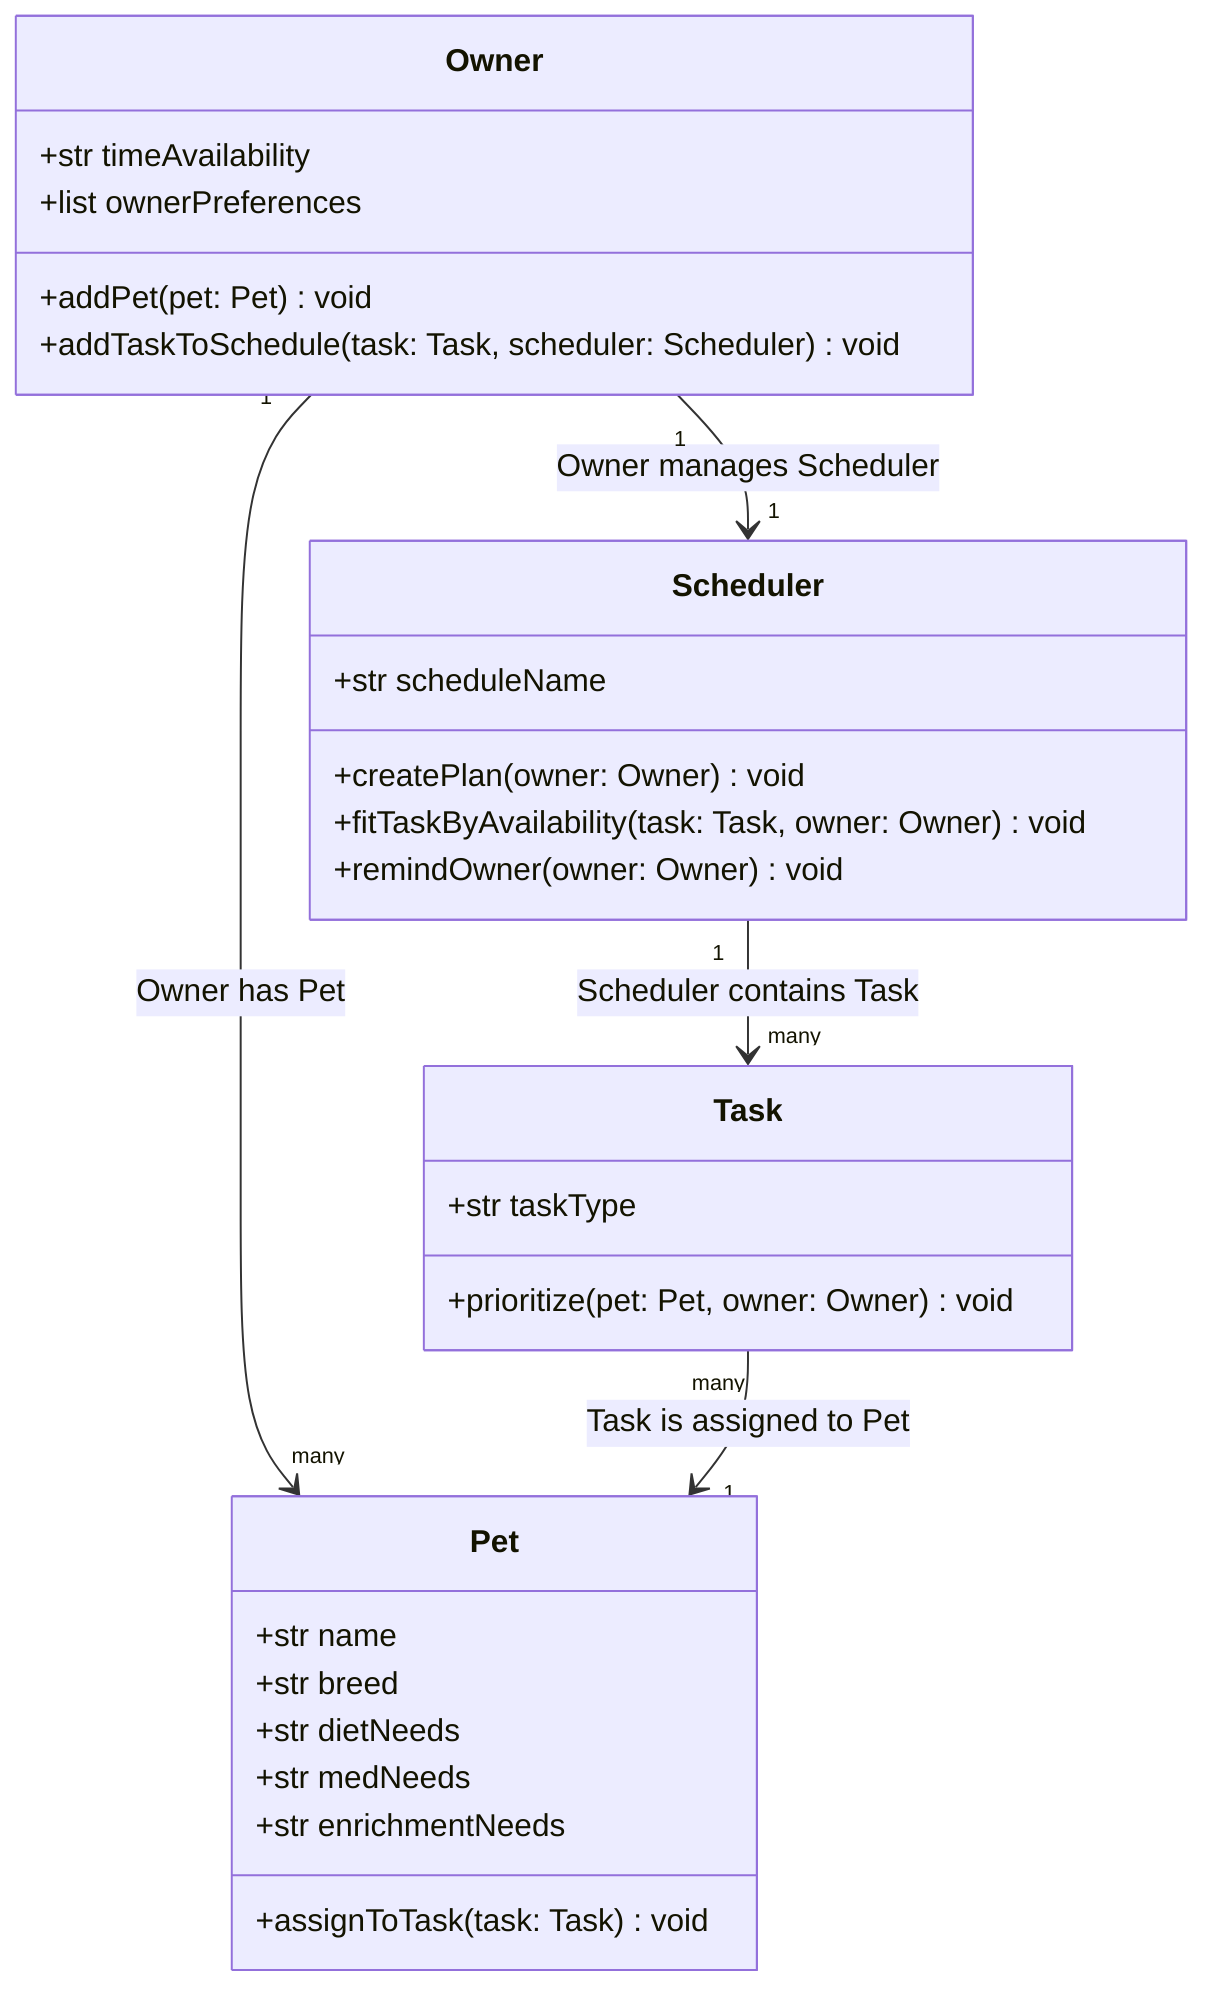
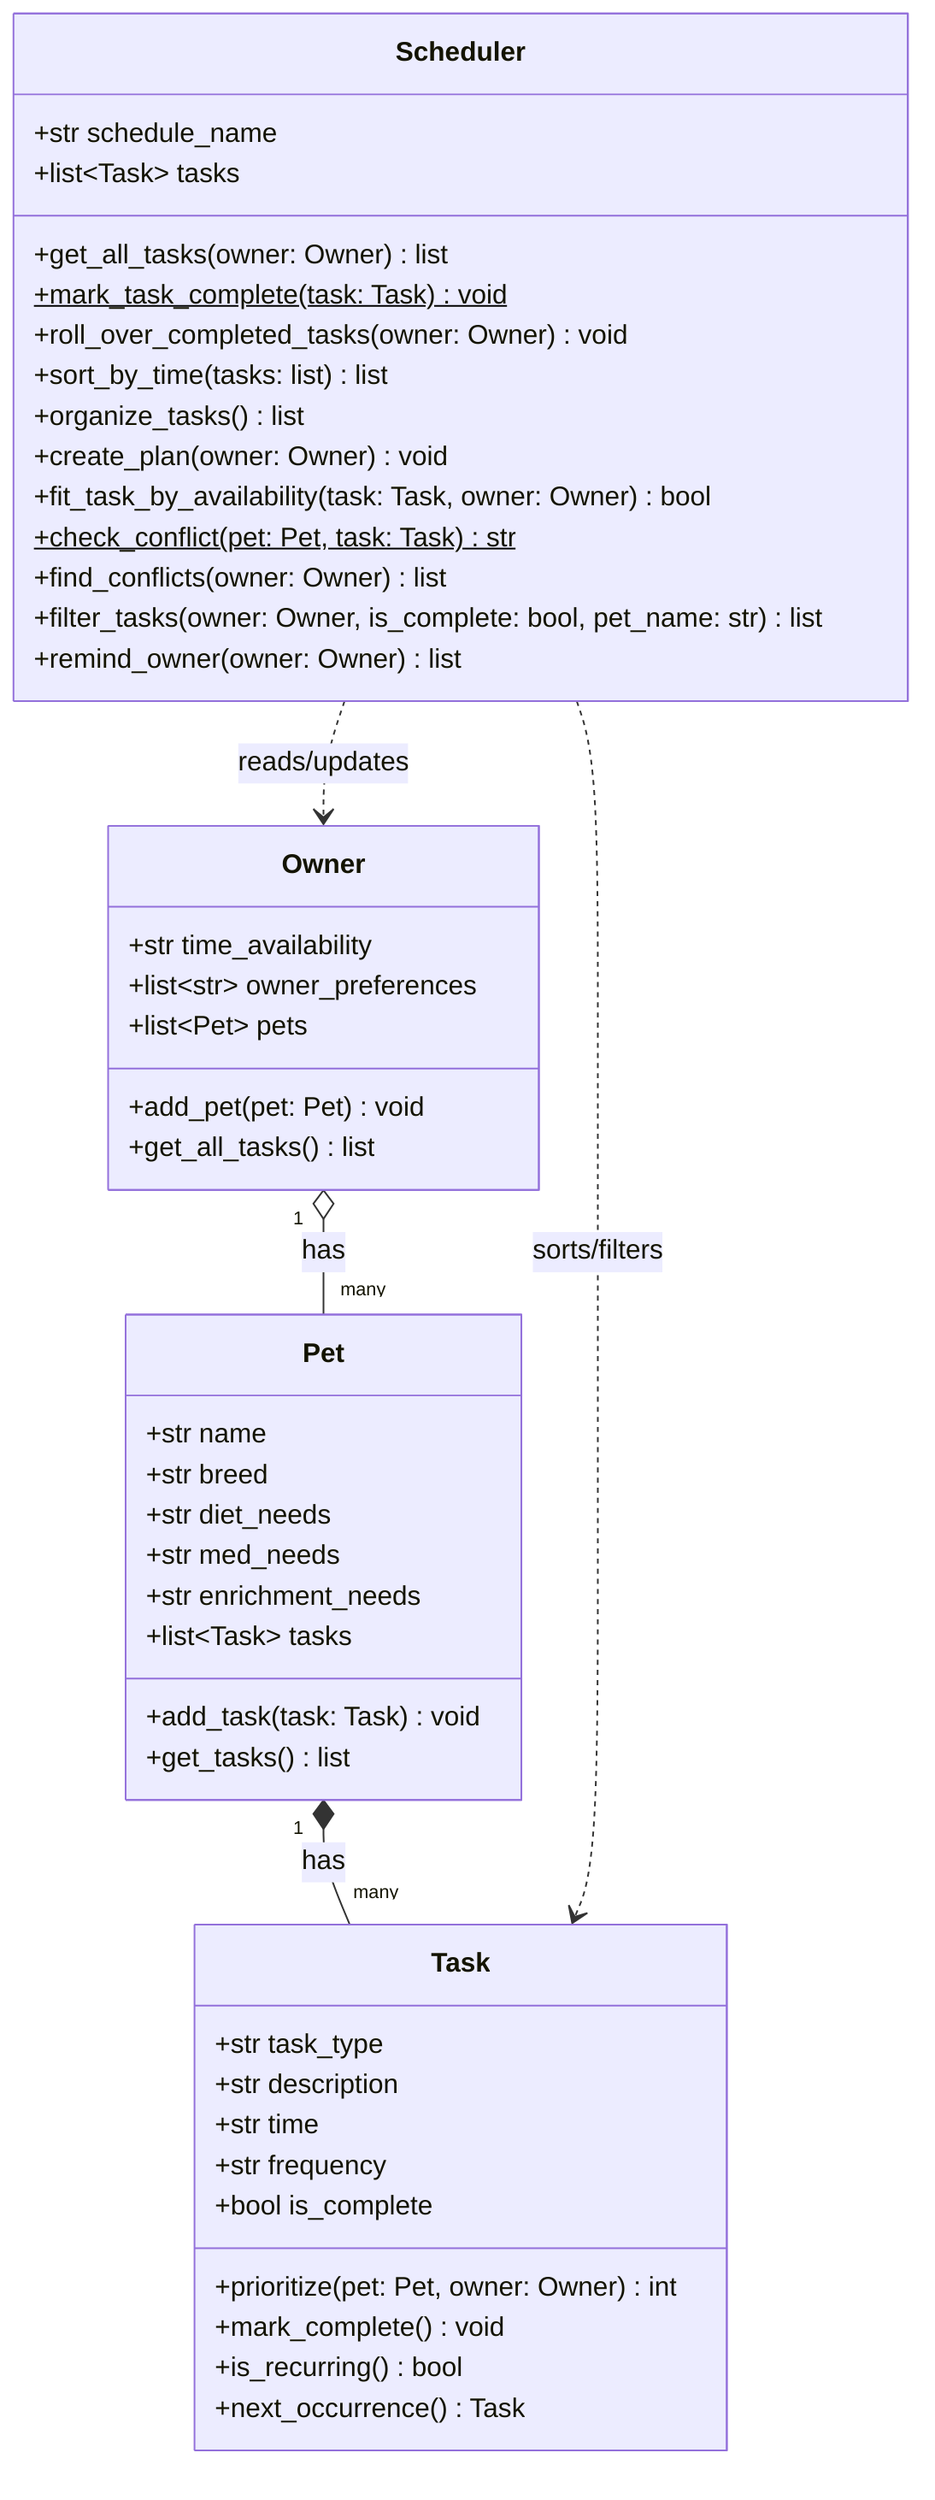
classDiagram
    class Owner {
-         +str timeAvailability
-         +list ownerPreferences
-         +addPet(pet: Pet) void
-         +addTaskToSchedule(task: Task, scheduler: Scheduler) void
+         +str time_availability
+         +list~str~ owner_preferences
+         +list~Pet~ pets
+         +add_pet(pet: Pet) void
+         +get_all_tasks() list
    }

    class Pet {
        +str name
        +str breed
-         +str dietNeeds
-         +str medNeeds
-         +str enrichmentNeeds
-         +assignToTask(task: Task) void
+         +str diet_needs
+         +str med_needs
+         +str enrichment_needs
+         +list~Task~ tasks
+         +add_task(task: Task) void
+         +get_tasks() list
    }

    class Task {
-         +str taskType
-         +prioritize(pet: Pet, owner: Owner) void
+         +str task_type
+         +str description
+         +str time
+         +str frequency
+         +bool is_complete
+         +prioritize(pet: Pet, owner: Owner) int
+         +mark_complete() void
+         +is_recurring() bool
+         +next_occurrence() Task
    }

    class Scheduler {
-         +str scheduleName
-         +createPlan(owner: Owner) void
-         +fitTaskByAvailability(task: Task, owner: Owner) void
-         +remindOwner(owner: Owner) void
+         +str schedule_name
+         +list~Task~ tasks
+         +get_all_tasks(owner: Owner) list
+         +mark_task_complete(task: Task)$ void
+         +roll_over_completed_tasks(owner: Owner) void
+         +sort_by_time(tasks: list) list
+         +organize_tasks() list
+         +create_plan(owner: Owner) void
+         +fit_task_by_availability(task: Task, owner: Owner) bool
+         +check_conflict(pet: Pet, task: Task)$ str
+         +find_conflicts(owner: Owner) list
+         +filter_tasks(owner: Owner, is_complete: bool, pet_name: str) list
+         +remind_owner(owner: Owner) list
    }

-     Owner "1" --> "many" Pet : Owner has Pet
-     Owner "1" --> "1" Scheduler : Owner manages Scheduler
-     Scheduler "1" --> "many" Task : Scheduler contains Task
-     Task "many" --> "1" Pet : Task is assigned to Pet
+     Owner "1" o-- "many" Pet : has
+     Pet "1" *-- "many" Task : has
+     Scheduler ..> Owner : reads/updates
+     Scheduler ..> Task : sorts/filters
